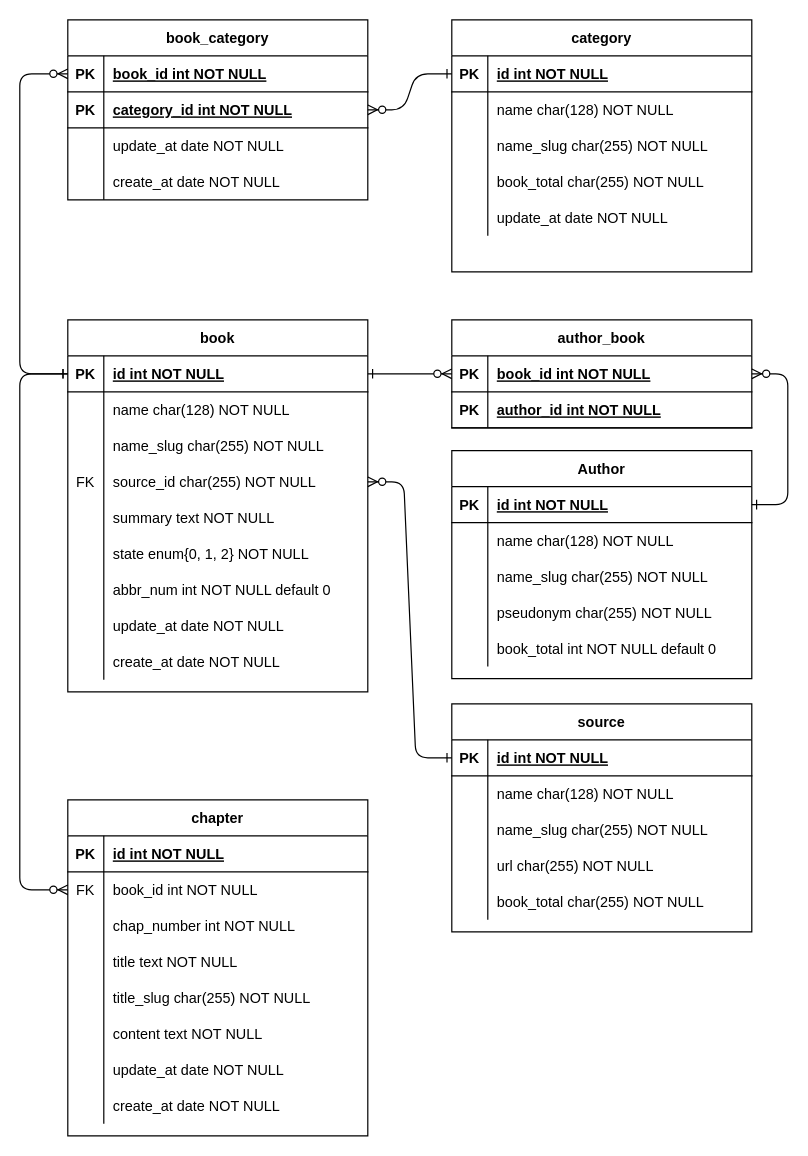
Above: page "database" (3 of 3) of bookcrawler.drawio in void-kun/bookcrawler (draw.io), before the change. Source tidied: cells renumbered, new cells numbered last; positions are measured from the earlier drawing's top-left corner, leaving out a move shared by most shapes. Both pictures are drawn from the tidied source at 120%, with x=0, y=0 at pixel (19, 19).
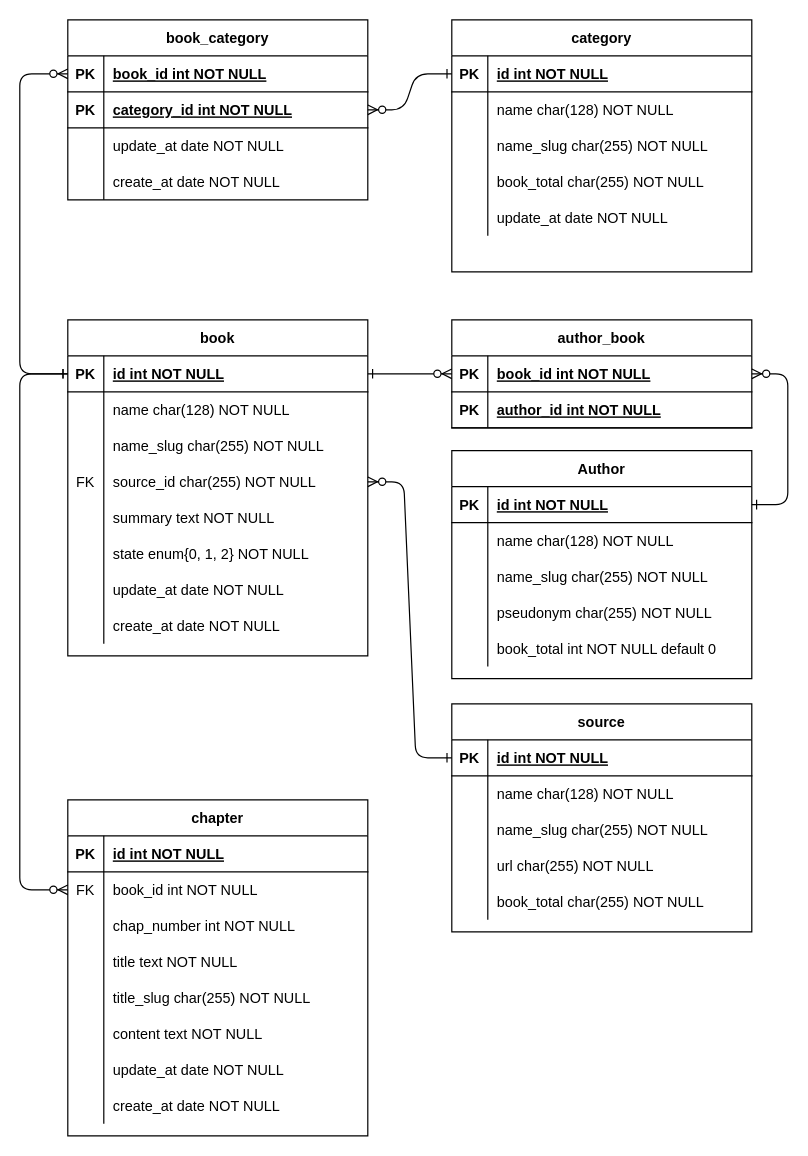
The same diagram, later.

Diff of the diagram source:
```diff
@@
     <mxCell id="27" value="book" style="shape=table;startSize=30;childLayout=tableLayout;rowLines=0;fontStyle=1;align=center;" parent="1" vertex="1">
-      <mxGeometry x="40" y="250" width="250" height="310" as="geometry" />
+      <mxGeometry x="40" y="250" width="250" height="280" as="geometry" />
     </mxCell>
@@
-    <mxCell id="46" style="shape=partialRectangle;fillColor=none;top=0;left=0;right=0;bottom=0;" parent="27" vertex="1">
-      <mxGeometry y="210" width="250" height="30" as="geometry" />
-    </mxCell>
-    <mxCell id="47" style="shape=partialRectangle;overflow=hidden;fillColor=none;top=0;left=0;bottom=0;right=0;" parent="46" vertex="1">
-      <mxGeometry width="30" height="30" as="geometry" />
-    </mxCell>
-    <mxCell id="48" value="abbr_num int NOT NULL default 0" style="shape=partialRectangle;overflow=hidden;fillColor=none;top=0;left=0;bottom=0;right=0;align=left;spacingLeft=6;" parent="46" vertex="1">
-      <mxGeometry x="30" width="220" height="30" as="geometry" />
-    </mxCell>
     <mxCell id="49" style="shape=partialRectangle;fillColor=none;top=0;left=0;right=0;bottom=0;" parent="27" vertex="1">
-      <mxGeometry y="240" width="250" height="30" as="geometry" />
+      <mxGeometry y="210" width="250" height="30" as="geometry" />
     </mxCell>
@@
     <mxCell id="52" style="shape=partialRectangle;fillColor=none;top=0;left=0;right=0;bottom=0;" parent="27" vertex="1">
-      <mxGeometry y="270" width="250" height="30" as="geometry" />
+      <mxGeometry y="240" width="250" height="30" as="geometry" />
     </mxCell>
```
